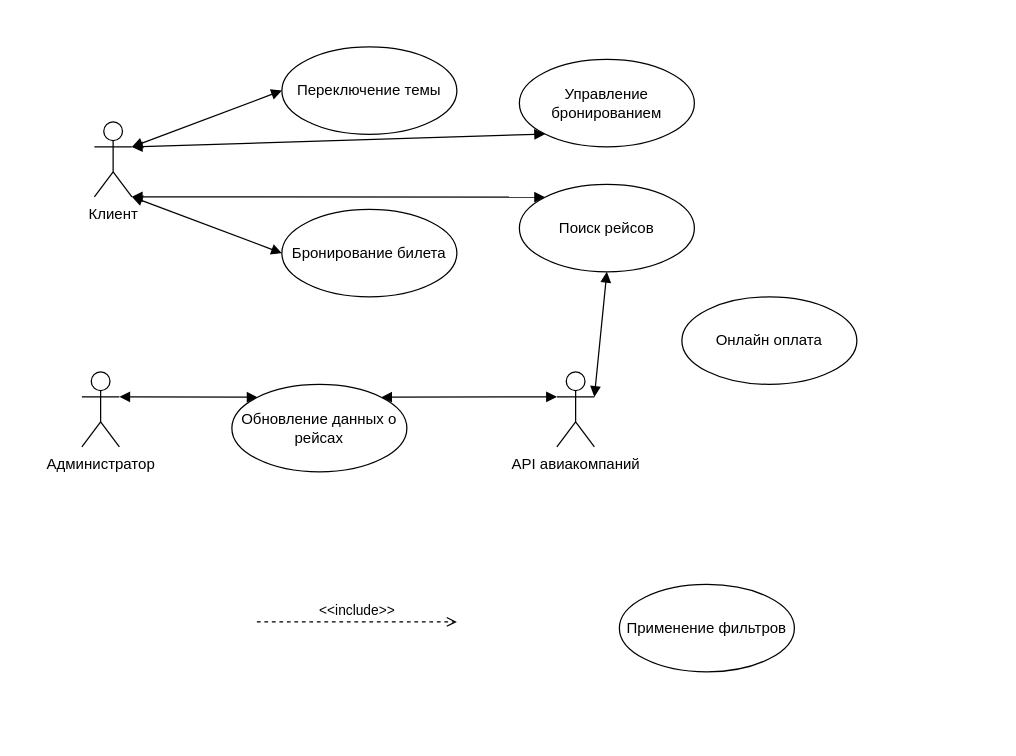
chchjii/Draw.io keeps this draw.io diagram as Use_case_diagram.drawio. Above is the earlier version. Source tidied: cells renumbered, new cells numbered last; positions are measured from the earlier drawing's top-left corner, leaving out a move shared by most shapes. Both pictures are drawn from the tidied source at 125%, with x=0, y=0 at pixel (81, 46).
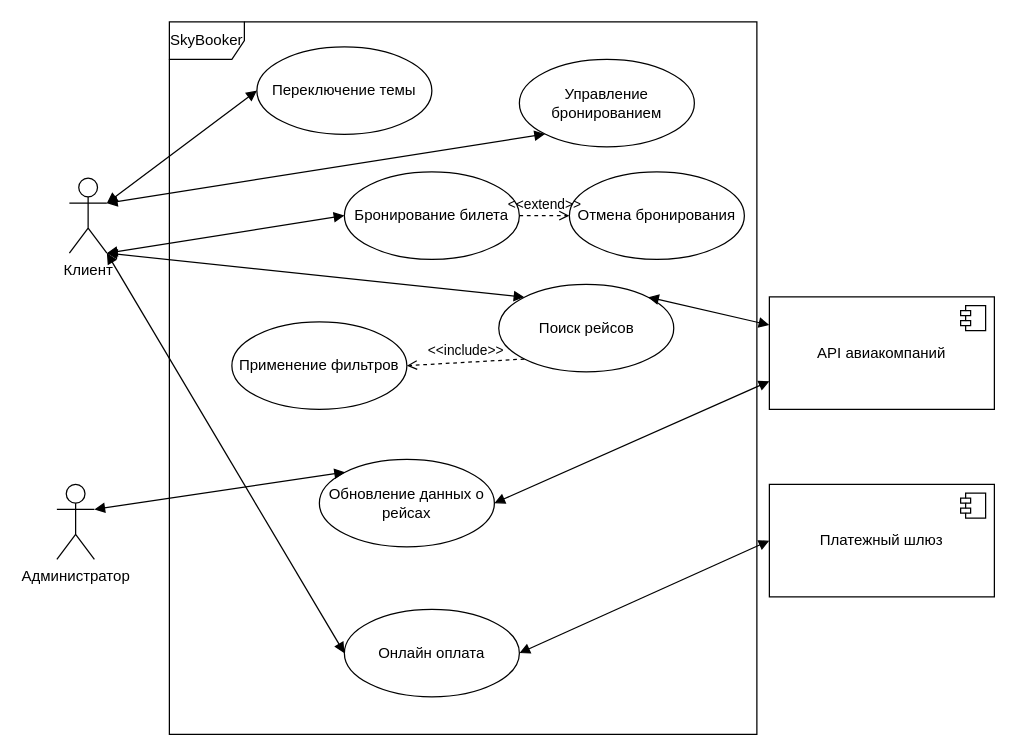
Above is the later version.

The edit, as a diff of the source:
```diff
@@
     <mxCell id="2" value="Клиент&lt;div&gt;&lt;br&gt;&lt;/div&gt;" style="shape=umlActor;verticalLabelPosition=bottom;verticalAlign=top;html=1;" parent="1" vertex="1">
-      <mxGeometry x="10" y="60" width="30" height="60" as="geometry" />
+      <mxGeometry x="-10" y="105" width="30" height="60" as="geometry" />
     </mxCell>
     <mxCell id="3" value="Администратор" style="shape=umlActor;verticalLabelPosition=bottom;verticalAlign=top;html=1;" parent="1" vertex="1">
-      <mxGeometry y="260" width="30" height="60" as="geometry" />
+      <mxGeometry x="-20" y="350" width="30" height="60" as="geometry" />
     </mxCell>
-    <mxCell id="4" value="API авиакомпаний" style="shape=umlActor;verticalLabelPosition=bottom;verticalAlign=top;html=1;" parent="1" vertex="1">
-      <mxGeometry x="380" y="260" width="30" height="60" as="geometry" />
-    </mxCell>
     <mxCell id="5" value="Поиск рейсов" style="ellipse;whiteSpace=wrap;html=1;" parent="1" vertex="1">
-      <mxGeometry x="350" y="110" width="140" height="70" as="geometry" />
+      <mxGeometry x="333.5" y="190" width="140" height="70" as="geometry" />
     </mxCell>
     <mxCell id="6" value="Бронирование билета" style="ellipse;whiteSpace=wrap;html=1;" parent="1" vertex="1">
-      <mxGeometry x="160" y="130" width="140" height="70" as="geometry" />
+      <mxGeometry x="210" y="100" width="140" height="70" as="geometry" />
     </mxCell>
     <mxCell id="7" value="Онлайн оплата" style="ellipse;whiteSpace=wrap;html=1;" parent="1" vertex="1">
-      <mxGeometry x="480" y="200" width="140" height="70" as="geometry" />
+      <mxGeometry x="210" y="450" width="140" height="70" as="geometry" />
     </mxCell>
@@
     <mxCell id="9" value="Переключение темы" style="ellipse;whiteSpace=wrap;html=1;" parent="1" vertex="1">
-      <mxGeometry x="160" width="140" height="70" as="geometry" />
+      <mxGeometry x="140" width="140" height="70" as="geometry" />
     </mxCell>
     <mxCell id="10" value="Обновление данных о рейсах" style="ellipse;whiteSpace=wrap;html=1;" parent="1" vertex="1">
-      <mxGeometry x="120" y="270" width="140" height="70" as="geometry" />
+      <mxGeometry x="190" y="330" width="140" height="70" as="geometry" />
     </mxCell>
@@
+    <mxCell id="20" value="Платежный шлюз" style="html=1;whiteSpace=wrap;" parent="1" vertex="1">
+      <mxGeometry x="550" y="350" width="180" height="90" as="geometry" />
+    </mxCell>
+    <mxCell id="21" style="shape=module;jettyWidth=8;jettyHeight=4;" parent="20" vertex="1">
+      <mxGeometry x="1" width="20" height="20" relative="1" as="geometry">
+        <mxPoint x="-27" y="7" as="offset" />
+      </mxGeometry>
+    </mxCell>
+    <mxCell id="4" value="API авиакомпаний" style="html=1;whiteSpace=wrap;" parent="1" vertex="1">
+      <mxGeometry x="550" y="200" width="180" height="90" as="geometry" />
+    </mxCell>
+    <mxCell id="22" style="shape=module;jettyWidth=8;jettyHeight=4;" parent="4" vertex="1">
+      <mxGeometry x="1" width="20" height="20" relative="1" as="geometry">
+        <mxPoint x="-27" y="7" as="offset" />
+      </mxGeometry>
+    </mxCell>
+    <mxCell id="19" value="Применение фильтров" style="ellipse;whiteSpace=wrap;html=1;" parent="1" vertex="1">
+      <mxGeometry x="120" y="220" width="140" height="70" as="geometry" />
+    </mxCell>
+    <mxCell id="23" value="Отмена бронирования" style="ellipse;whiteSpace=wrap;html=1;" parent="1" vertex="1">
+      <mxGeometry x="390" y="100" width="140" height="70" as="geometry" />
+    </mxCell>
+    <mxCell id="24" style="endArrow=block;startArrow=block;endFill=1;startFill=1;html=1;rounded=0;entryX=0;entryY=0.5;entryDx=0;entryDy=0;exitX=1;exitY=0.5;exitDx=0;exitDy=0;" parent="1" edge="1" source="7" target="20">
+      <mxGeometry relative="1" as="geometry" />
+    </mxCell>
+    <mxCell id="18" value="&amp;lt;&amp;lt;include&amp;gt;&amp;gt;" style="html=1;verticalAlign=bottom;labelBackgroundColor=none;endArrow=open;endFill=0;dashed=1;rounded=0;exitX=0;exitY=1;exitDx=0;exitDy=0;entryX=1;entryY=0.5;entryDx=0;entryDy=0;" parent="1" edge="1" source="5" target="19">
+      <mxGeometry relative="1" as="geometry" />
+    </mxCell>
+    <mxCell id="25" value="&amp;lt;&amp;lt;extend&amp;gt;&amp;gt;" style="html=1;verticalAlign=bottom;labelBackgroundColor=none;endArrow=open;endFill=0;dashed=1;rounded=0;exitX=1;exitY=0.5;exitDx=0;exitDy=0;entryX=0;entryY=0.5;entryDx=0;entryDy=0;" parent="1" edge="1" source="6" target="23">
+      <mxGeometry relative="1" as="geometry" />
+    </mxCell>
+    <mxCell id="17" style="endArrow=block;startArrow=block;endFill=1;startFill=1;html=1;rounded=0;entryX=0;entryY=0.25;entryDx=0;entryDy=0;exitX=1;exitY=0;exitDx=0;exitDy=0;" parent="1" edge="1" source="5" target="4">
+      <mxGeometry relative="1" as="geometry" />
+    </mxCell>
-    <mxCell id="16" style="endArrow=block;startArrow=block;endFill=1;startFill=1;html=1;rounded=0;exitX=1;exitY=0;exitDx=0;exitDy=0;entryX=0;entryY=0.3333333333333333;entryDx=0;entryDy=0;entryPerimeter=0;" parent="1" edge="1" source="10" target="4">
+    <mxCell id="16" style="endArrow=block;startArrow=block;endFill=1;startFill=1;html=1;rounded=0;entryX=0;entryY=0.75;entryDx=0;entryDy=0;exitX=1;exitY=0.5;exitDx=0;exitDy=0;" parent="1" edge="1" source="10" target="4">
       <mxGeometry relative="1" as="geometry" />
     </mxCell>
-    <mxCell id="17" style="endArrow=block;startArrow=block;endFill=1;startFill=1;html=1;rounded=0;exitX=0.5;exitY=1;exitDx=0;exitDy=0;entryX=1;entryY=0.3333333333333333;entryDx=0;entryDy=0;entryPerimeter=0;" parent="1" edge="1" source="5" target="4">
-      <mxGeometry relative="1" as="geometry" />
-    </mxCell>
-    <mxCell id="18" value="&amp;lt;&amp;lt;include&amp;gt;&amp;gt;" style="html=1;verticalAlign=bottom;labelBackgroundColor=none;endArrow=open;endFill=0;dashed=1;rounded=0;" parent="1" edge="1">
-      <mxGeometry relative="1" as="geometry">
-        <mxPoint x="140" y="460" as="sourcePoint" />
-        <mxPoint x="300" y="460" as="targetPoint" />
-      </mxGeometry>
-    </mxCell>
-    <mxCell id="19" value="Применение фильтров" style="ellipse;whiteSpace=wrap;html=1;" parent="1" vertex="1">
-      <mxGeometry x="430" y="430" width="140" height="70" as="geometry" />
-    </mxCell>
+    <mxCell id="26" value="SkyBooker" style="shape=umlFrame;whiteSpace=wrap;html=1;" parent="1" vertex="1">
+      <mxGeometry x="70" y="-20" width="470" height="570" as="geometry" />
+    </mxCell>
+    <mxCell id="27" style="endArrow=block;startArrow=block;endFill=1;startFill=1;html=1;rounded=0;entryX=0;entryY=0.5;entryDx=0;entryDy=0;exitX=1;exitY=1;exitDx=0;exitDy=0;exitPerimeter=0;" parent="1" edge="1" source="2" target="7">
+      <mxGeometry relative="1" as="geometry" />
+    </mxCell>
```
